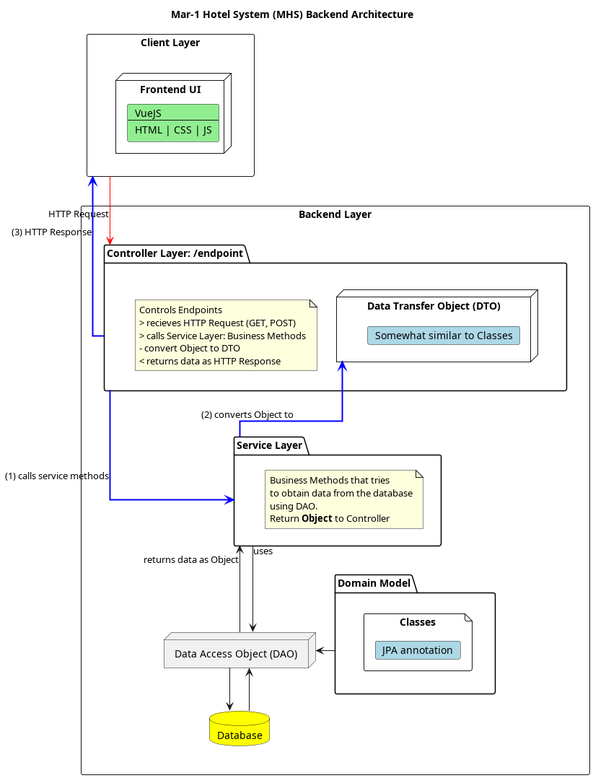
Before: documentation/UMLDiagrams/BackendArchitecture.png, a diagram exported from PlantUML (notkaramel/ECSE321-Mar1HotelSystem).
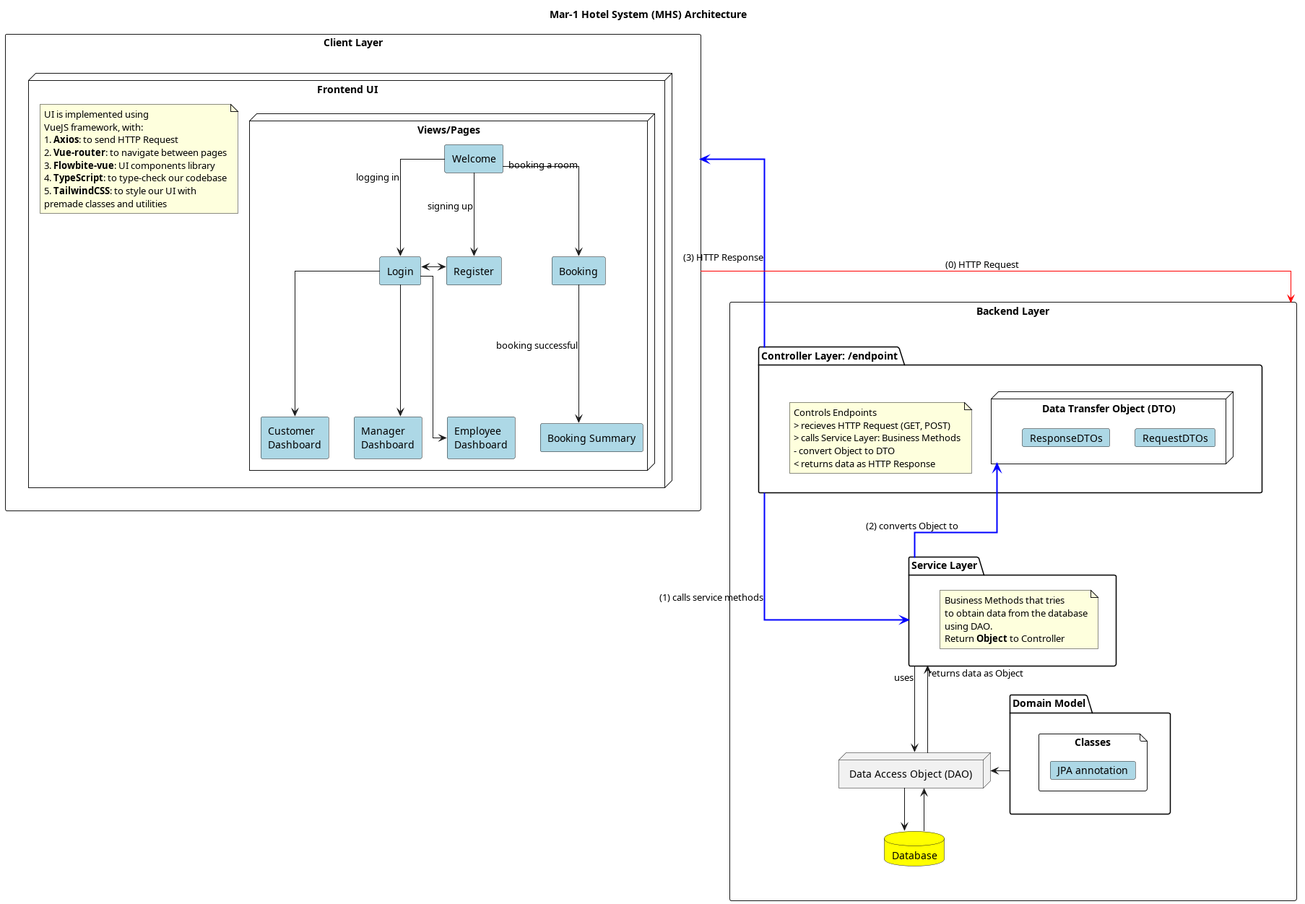
The same file after the commit.

Commit message:
Update System Architecture

The edit, as a diff of the source:
```diff
@@ -1,8 +1,46 @@
 @startuml
-title "Mar-1 Hotel System (MHS) Backend Architecture"
+title "Mar-1 Hotel System (MHS) Architecture"
+
+rectangle Frontend as "Client Layer" {
+    node UI as "Frontend UI" {
+        note as UN
+        UI is implemented using
+        VueJS framework, with:
+        # <b>Axios</b>: to send HTTP Request
+        # <b>Vue-router</b>: to navigate between pages
+        # <b>Flowbite-vue</b>: UI components library
+        # <b>TypeScript</b>: to type-check our codebase
+        # <b>TailwindCSS</b>: to style our UI with
+        premade classes and utilities
+        end note
+
+        node Pages as "Views/Pages" {
+            rectangle "Welcome" as wc #LightBlue
+            rectangle "Login" as l #LightBlue
+            rectangle "Register" as r #LightBlue
+            rectangle "Booking" as b #LightBlue
+            rectangle "Booking Summary" as bs #LightBlue
+            rectangle "Customer\nDashboard" as c #LightBlue
+            rectangle "Manager\nDashboard" as m #LightBlue
+            rectangle "Employee\nDashboard" as e #LightBlue
+
+            wc --> b : booking a room
+            wc --> l : logging in
+            wc --> r: signing up
+
+            b -down-> bs : booking successful
+            r <-left-> l
+
+            l -down-> c
+            l --> m
+            l --> e
+
+        }
+    }
+}
+
 rectangle Backend as "Backend Layer" {
     together {
-
         package DM as "Domain Model" {
             file DM_C as "Classes" {
                 card "JPA annotation" #LightBlue
@@ -25,7 +63,7 @@
             end note
         }
         DAO -up-> Service : "returns data as Object"
-        Service --> DAO : "uses"
+        Service -left-> DAO : "uses"
     }
     package Controller as "Controller Layer: /endpoint" {
         note as CN
@@ -37,30 +75,19 @@
         end note
 
         node DTO as "Data Transfer Object (DTO)" {
-            card "Somewhat similar to Classes" #LightBlue
+            card "RequestDTOs" #LightBlue
+            card "ResponseDTOs" #LightBlue
         }
 
     }
 
+
     Service -up[#blue,bold]-> DTO : (2) converts Object to
-    Service <-up[#blue,bold]- Controller : (1) calls service methods
+    Service <-left[#blue,bold]- Controller : (1) calls service methods
 }
 
-rectangle Frontend as "Client Layer" {
-    node UI as "Frontend UI" {
-        card VueJS #LightGreen [
-        VueJS
-        ---
-        HTML | CSS | JS
-        ]
-    }
-
-}
-Controller --up[#blue,bold]-> Frontend : (3) HTTP Response
-Controller <-[#red]- Frontend : HTTP Request
-
-
-
+Controller --[#blue,bold]up-> Frontend : (3) HTTP Response
+Backend <-[#red]down- Frontend : (0) HTTP Request
 
 skinparam Linetype ortho
 @enduml
```
